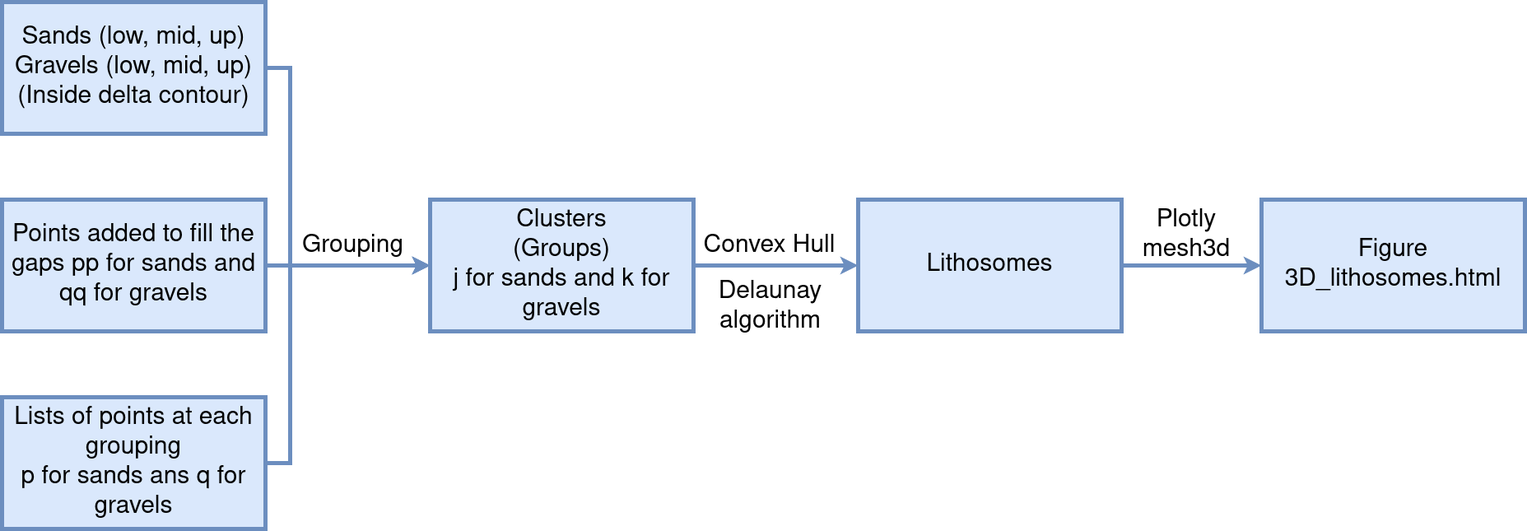
Earlier version of the draw.io export diagrams/diagram_lithosomes.drawio.png (dcabezas98/stratigraphic-3D-modelling). Source tidied: cells renumbered, new cells last; positions are measured from the earlier drawing's top-left corner, leaving out a move shared by most shapes.
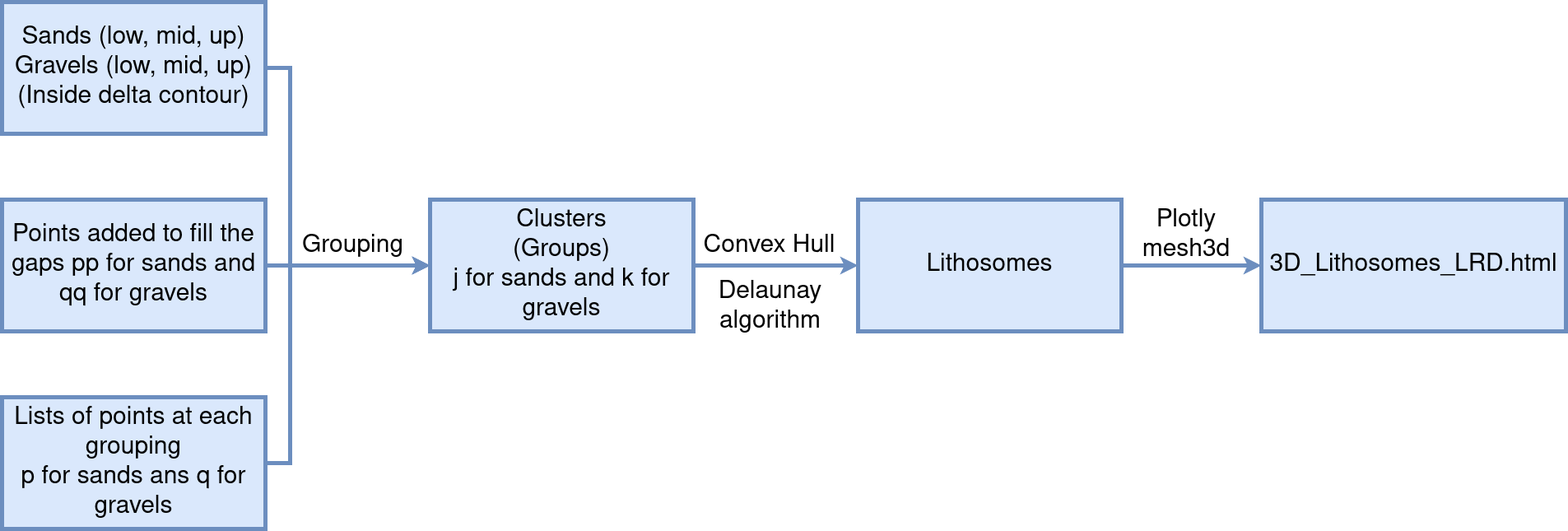
Later version of the same file.

Commit message:
Output figure names changes

What changed in the source:
```diff
@@ -25,8 +25,8 @@
     <mxCell id="7" value="&lt;div&gt;Sands (low, mid, up)&lt;/div&gt;&lt;div&gt;Gravels (low, mid, up)&lt;/div&gt;&lt;div&gt;(Inside delta contour)&lt;br&gt;&lt;/div&gt;" style="rounded=0;whiteSpace=wrap;html=1;fontSize=30;fillColor=#dae8fc;strokeColor=#6c8ebf;strokeWidth=5;" parent="1" vertex="1">
       <mxGeometry width="320" height="160" as="geometry" />
     </mxCell>
-    <mxCell id="8" value="Figure 3D_lithosomes.html" style="rounded=0;whiteSpace=wrap;html=1;fontSize=30;fillColor=#dae8fc;strokeColor=#6c8ebf;strokeWidth=5;" parent="1" vertex="1">
-      <mxGeometry x="1530" y="240" width="320" height="160" as="geometry" />
+    <mxCell id="8" value="3D_Lithosomes_LRD.html" style="rounded=0;whiteSpace=wrap;html=1;fontSize=30;fillColor=#dae8fc;strokeColor=#6c8ebf;strokeWidth=5;" parent="1" vertex="1">
+      <mxGeometry x="1530" y="240" width="370" height="160" as="geometry" />
     </mxCell>
     <mxCell id="9" value="Convex Hull" style="text;html=1;strokeColor=none;fillColor=none;align=center;verticalAlign=middle;whiteSpace=wrap;rounded=0;fontSize=30;" parent="1" vertex="1">
       <mxGeometry x="839" y="259.5" width="187" height="75" as="geometry" />
```
